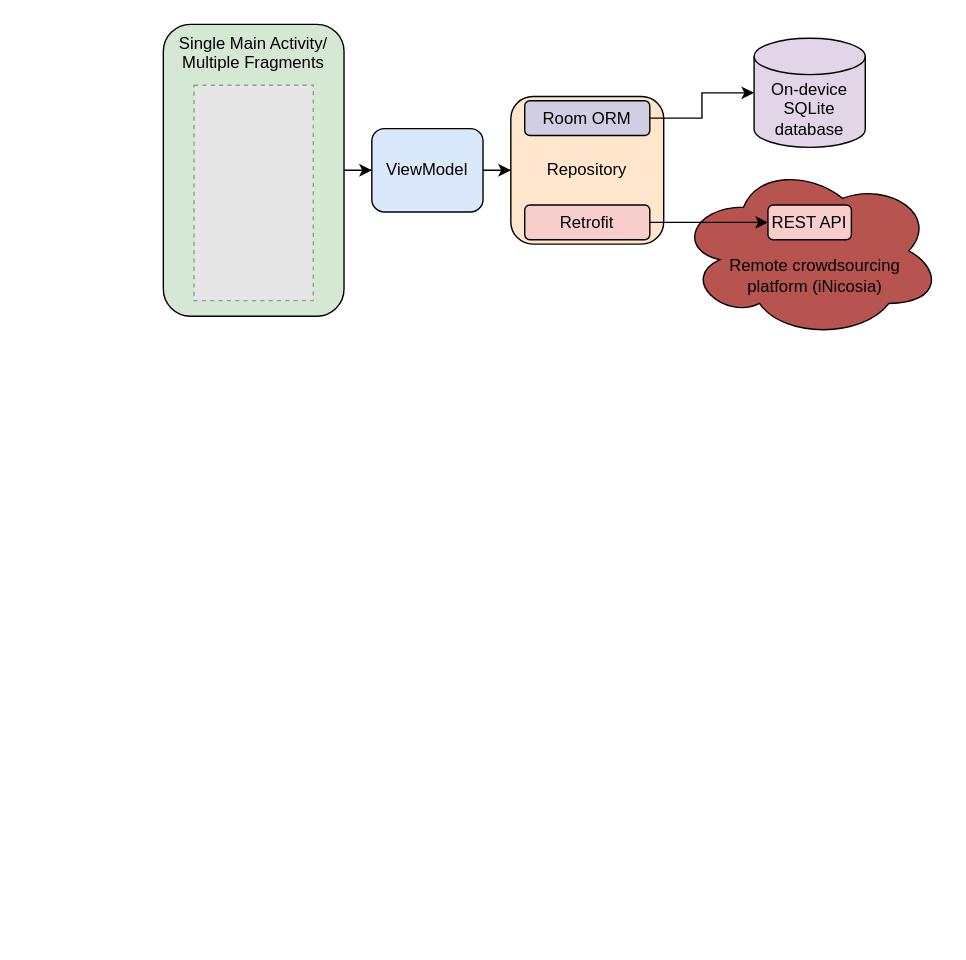
The draw.io diagram figure_app_architecture/app_architecture_vertical.drawio in msthoma/EnviroInfo2020_paper, before the edit. Source tidied: cells renumbered, new cells numbered last; positions are measured from the earlier drawing's top-left corner, leaving out a move shared by most shapes. Both pictures are drawn from the tidied source at 139%, with x=0, y=0 at pixel (163, 24). Pictures stored in the file or linked from it are replaced by grey dashed boxes.
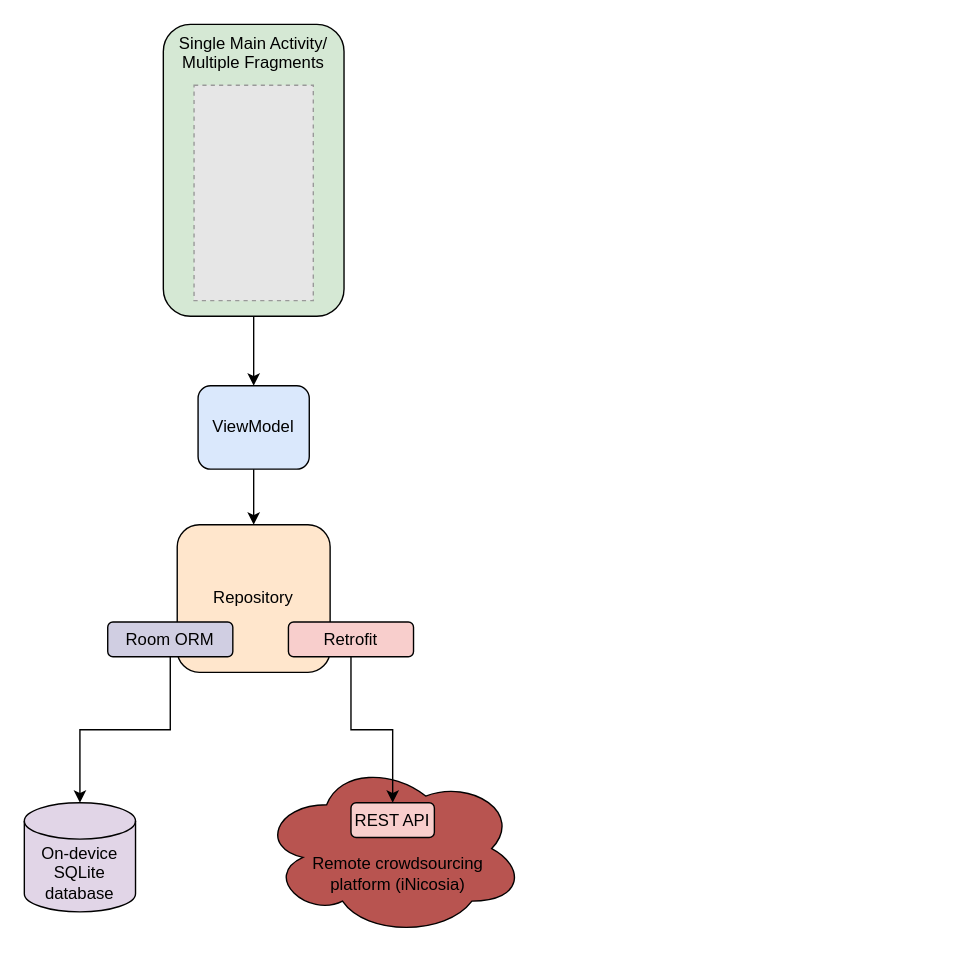
The same page after the edit.

Commit message:
convert to vertical

What changed in the source:
```diff
@@
 <mxGraphModel>
   <root>
     <mxCell id="0" />
     <mxCell id="1" parent="0" />
-    <mxCell id="2" value="&lt;div&gt;Remote crowdsourcing &lt;br&gt;&lt;/div&gt;&lt;div&gt;platform (iNicosia)&lt;br&gt;&lt;/div&gt;" style="ellipse;shape=cloud;whiteSpace=wrap;html=1;align=center;strokeWidth=1;verticalAlign=middle;spacingBottom=0;fillColor=#B85450;spacingTop=35;spacingLeft=8;" parent="1" vertex="1">
-      <mxGeometry x="370" y="100" width="190" height="126" as="geometry" />
-    </mxCell>
     <mxCell id="3" style="edgeStyle=orthogonalEdgeStyle;rounded=0;jettySize=auto;html=1;" parent="1" edge="1" source="9" target="5">
       <mxGeometry relative="1" as="geometry" />
     </mxCell>
     <mxCell id="4" style="edgeStyle=orthogonalEdgeStyle;rounded=0;jettySize=auto;html=1;" parent="1" edge="1" source="5" target="12">
       <mxGeometry relative="1" as="geometry" />
     </mxCell>
     <mxCell id="5" value="ViewModel" style="rounded=1;whiteSpace=wrap;html=1;fillColor=#dae8fc;" parent="1" vertex="1">
-      <mxGeometry x="150" y="75" width="80" height="60" as="geometry" />
+      <mxGeometry x="25" y="260" width="80" height="60" as="geometry" />
     </mxCell>
     <mxCell id="6" value="&lt;div&gt;On-device&lt;br&gt;&lt;/div&gt;&lt;div&gt;SQLite database&lt;br&gt;&lt;/div&gt;" style="strokeWidth=1;html=1;shape=mxgraph.flowchart.database;whiteSpace=wrap;verticalAlign=bottom;fillColor=#e1d5e7;spacingBottom=4;" parent="1" vertex="1">
-      <mxGeometry x="425" y="10" width="80" height="78.5" as="geometry" />
+      <mxGeometry x="-100" y="560" width="80" height="78.5" as="geometry" />
     </mxCell>
-    <mxCell id="7" value="REST API" style="rounded=1;whiteSpace=wrap;html=1;fillColor=#f8cecc;align=center;spacing=2;spacingTop=0;" parent="1" vertex="1">
-      <mxGeometry x="435" y="130" width="60" height="25" as="geometry" />
-    </mxCell>
     <mxCell id="8" style="group;" parent="1" vertex="1">
       <mxGeometry width="130" height="210" as="geometry" />
     </mxCell>
     <mxCell id="9" value="&lt;div&gt;Single Main Activity/ Multiple Fragments&lt;/div&gt;" style="rounded=1;whiteSpace=wrap;html=1;spacingRight=0;labelBackgroundColor=none;fillColor=#d5e8d4;verticalAlign=top;" parent="8" vertex="1">
       <mxGeometry width="130" height="210" as="geometry" />
     </mxCell>
     <mxCell id="10" style="fillColor=#E6E6E6;strokeColor=#999999;dashed=1;verticalLabelPosition=bottom;verticalAlign=top;labelBackgroundColor=none;" parent="8" vertex="1">
       <mxGeometry x="22.1" y="43.8" width="85.8" height="155" as="geometry" />
     </mxCell>
     <mxCell id="11" style="group;" parent="1" vertex="1">
-      <mxGeometry x="250" y="51.9" width="110" height="106.2" as="geometry" />
+      <mxGeometry x="10" y="360" width="110" height="106.2" as="geometry" />
     </mxCell>
     <mxCell id="12" value="Repository" style="rounded=1;whiteSpace=wrap;html=1;verticalAlign=middle;fillColor=#ffe6cc;" parent="11" vertex="1">
       <mxGeometry width="110" height="106.2" as="geometry" />
     </mxCell>
     <mxCell id="13" value="Room ORM" style="rounded=1;whiteSpace=wrap;html=1;fillColor=#d0cee2;" parent="11" vertex="1">
-      <mxGeometry x="10" y="3.1" width="90" height="25" as="geometry" />
+      <mxGeometry x="-50" y="70" width="90" height="25" as="geometry" />
     </mxCell>
+    <mxCell id="16" style="edgeStyle=orthogonalEdgeStyle;rounded=0;jettySize=auto;html=1;" parent="1" edge="1" source="13" target="6">
+      <mxGeometry relative="1" as="geometry" />
+    </mxCell>
-    <mxCell id="14" value="Retrofit" style="rounded=1;whiteSpace=wrap;html=1;fillColor=#f8cecc;" parent="11" vertex="1">
-      <mxGeometry x="10" y="78.1" width="90" height="25" as="geometry" />
+    <mxCell id="14" value="Retrofit" style="rounded=1;whiteSpace=wrap;html=1;fillColor=#f8cecc;" parent="1" vertex="1">
+      <mxGeometry x="90" y="430" width="90" height="25" as="geometry" />
     </mxCell>
+    <mxCell id="17" style="group;" parent="1" vertex="1">
+      <mxGeometry x="70" y="530" width="190" height="126" as="geometry" />
+    </mxCell>
+    <mxCell id="2" value="&lt;div&gt;Remote crowdsourcing &lt;br&gt;&lt;/div&gt;&lt;div&gt;platform (iNicosia)&lt;br&gt;&lt;/div&gt;" style="ellipse;shape=cloud;whiteSpace=wrap;html=1;align=center;strokeWidth=1;verticalAlign=middle;spacingBottom=0;fillColor=#B85450;spacingTop=35;spacingLeft=8;" parent="17" vertex="1">
+      <mxGeometry width="190" height="126" as="geometry" />
+    </mxCell>
+    <mxCell id="7" value="REST API" style="rounded=1;whiteSpace=wrap;html=1;fillColor=#f8cecc;align=center;spacing=2;spacingTop=0;" parent="17" vertex="1">
+      <mxGeometry x="65" y="30" width="60" height="25" as="geometry" />
+    </mxCell>
-    <mxCell id="15" style="edgeStyle=orthogonalEdgeStyle;rounded=0;jettySize=auto;html=1;entryX=0;entryY=0.5;entryDx=0;entryDy=0;" parent="1" edge="1" source="14" target="7">
+    <mxCell id="15" style="edgeStyle=orthogonalEdgeStyle;rounded=0;jettySize=auto;html=1;entryX=0.5;entryY=0;entryDx=0;entryDy=0;" parent="1" edge="1" source="14" target="7">
       <mxGeometry relative="1" as="geometry" />
     </mxCell>
-    <mxCell id="16" style="edgeStyle=orthogonalEdgeStyle;rounded=0;jettySize=auto;html=1;" parent="1" edge="1" source="13" target="6">
-      <mxGeometry relative="1" as="geometry" />
-    </mxCell>
   </root>
 </mxGraphModel>
```
